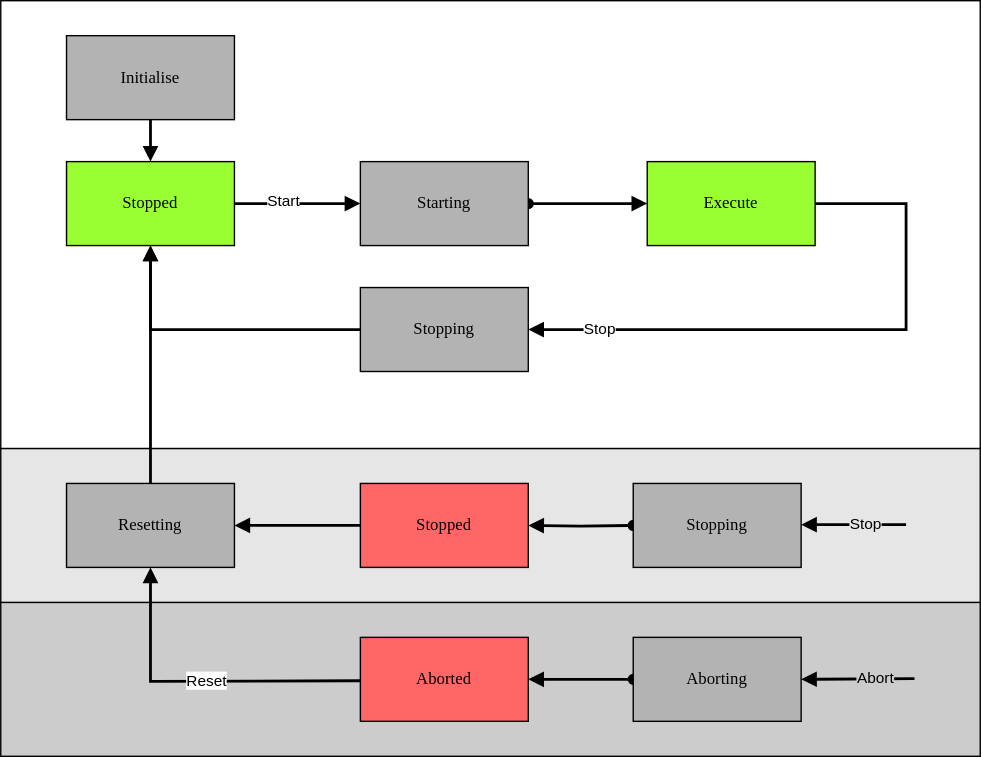
Above: docs/StateMachine.drawio.svg in PeterZerlauth/Tc3_Component (draw.io), before the change. Source tidied: cells renumbered, new cells last; positions are measured from the earlier drawing's top-left corner, leaving out a move shared by most shapes.
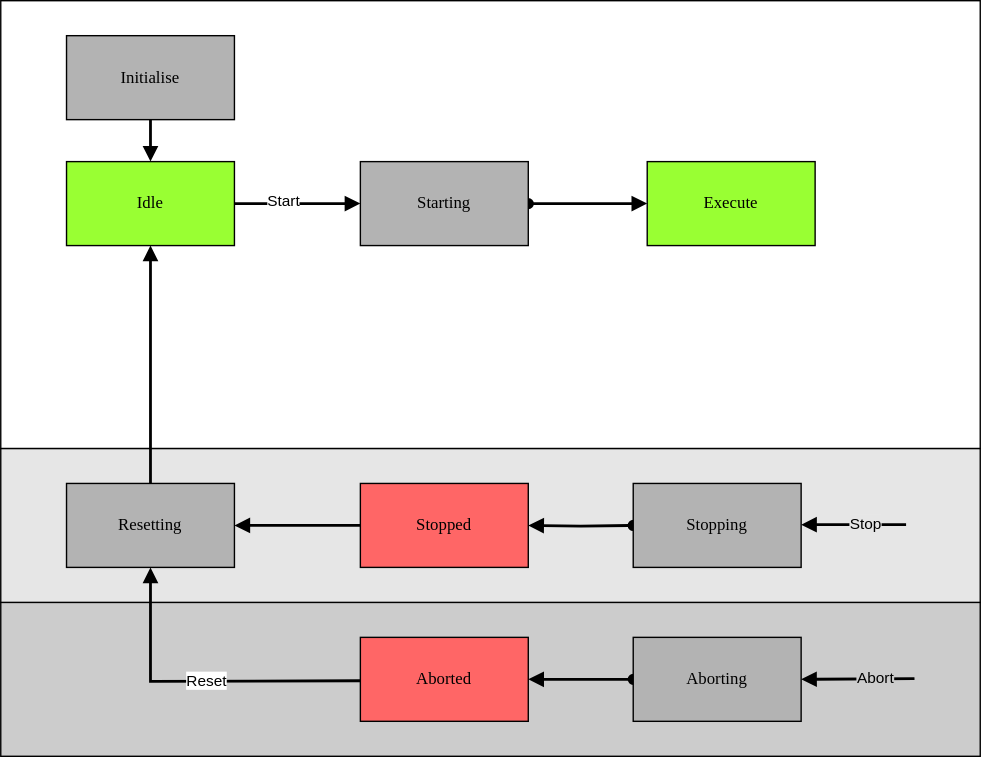
The same file after the commit.

The edit, as a diff of the source:
```diff
@@ -73,28 +73,12 @@
         <mxPoint y="1" as="offset" />
       </mxGeometry>
     </mxCell>
-    <mxCell id="22" value="Stopped" style="rounded=0;whiteSpace=wrap;html=1;arcSize=24;fillColor=#99FF33;strokeColor=#000000;shadow=0;comic=0;labelBackgroundColor=none;fontFamily=Verdana;fontSize=12;fontColor=#000000;align=center;" parent="6" vertex="1">
+    <mxCell id="22" value="Idle" style="rounded=0;whiteSpace=wrap;html=1;arcSize=24;fillColor=#99FF33;strokeColor=#000000;shadow=0;comic=0;labelBackgroundColor=none;fontFamily=Verdana;fontSize=12;fontColor=#000000;align=center;" parent="6" vertex="1">
       <mxGeometry y="90" width="120" height="60" as="geometry" />
     </mxCell>
-    <mxCell id="23" value="Stopping" style="rounded=0;whiteSpace=wrap;html=1;arcSize=24;fillColor=#B3B3B3;strokeColor=#000000;shadow=0;comic=0;labelBackgroundColor=none;fontFamily=Verdana;fontSize=12;fontColor=#000000;align=center;" parent="6" vertex="1">
-      <mxGeometry x="210" y="180" width="120" height="60" as="geometry" />
-    </mxCell>
     <mxCell id="24" style="edgeStyle=orthogonalEdgeStyle;rounded=0;jettySize=auto;html=1;strokeColor=default;align=center;verticalAlign=middle;fontFamily=Helvetica;fontSize=11;fontColor=default;labelBackgroundColor=default;endArrow=block;endFill=1;strokeWidth=2;entryX=0.5;entryY=1;entryDx=0;entryDy=0;" parent="6" edge="1" source="33" target="22">
       <mxGeometry relative="1" as="geometry" />
     </mxCell>
-    <mxCell id="25" style="edgeStyle=orthogonalEdgeStyle;rounded=0;jettySize=auto;html=1;strokeColor=default;align=center;verticalAlign=middle;fontFamily=Helvetica;fontSize=11;fontColor=default;labelBackgroundColor=default;endArrow=block;endFill=1;strokeWidth=2;entryX=1;entryY=0.5;entryDx=0;entryDy=0;exitX=1;exitY=0.5;exitDx=0;exitDy=0;" parent="6" edge="1" source="7" target="23">
-      <mxGeometry relative="1" as="geometry">
-        <Array as="points">
-          <mxPoint x="600" y="120" />
-          <mxPoint x="600" y="210" />
-        </Array>
-      </mxGeometry>
-    </mxCell>
-    <mxCell id="26" value="Stop" style="edgeLabel;html=1;align=center;verticalAlign=middle;fontFamily=Helvetica;fontSize=11;fontColor=default;labelBackgroundColor=#FFFFFF;" parent="25" vertex="1">
-      <mxGeometry x="-0.2" y="3" relative="1" as="geometry">
-        <mxPoint x="-205" y="-4" as="offset" />
-      </mxGeometry>
-    </mxCell>
     <mxCell id="27" style="edgeStyle=orthogonalEdgeStyle;rounded=0;jettySize=auto;html=1;strokeColor=default;align=center;verticalAlign=middle;fontFamily=Helvetica;fontSize=11;fontColor=default;labelBackgroundColor=default;endArrow=block;endFill=1;strokeWidth=2;entryX=0.5;entryY=1;entryDx=0;entryDy=0;" parent="6" edge="1" target="33">
       <mxGeometry relative="1" as="geometry">
         <mxPoint x="210" y="461" as="sourcePoint" />
@@ -127,8 +111,5 @@
     <mxCell id="33" value="Resetting" style="rounded=0;whiteSpace=wrap;html=1;arcSize=24;fillColor=#B3B3B3;strokeColor=#000000;shadow=0;comic=0;labelBackgroundColor=none;fontFamily=Verdana;fontSize=12;fontColor=#000000;align=center;" parent="6" vertex="1">
       <mxGeometry y="320" width="120" height="60" as="geometry" />
     </mxCell>
-    <mxCell id="34" style="edgeStyle=orthogonalEdgeStyle;rounded=0;jettySize=auto;html=1;strokeColor=default;align=center;verticalAlign=middle;fontFamily=Helvetica;fontSize=11;fontColor=default;labelBackgroundColor=default;endArrow=block;endFill=1;strokeWidth=2;exitX=0;exitY=0.5;exitDx=0;exitDy=0;entryX=0.5;entryY=1;entryDx=0;entryDy=0;" parent="6" edge="1" source="23" target="22">
-      <mxGeometry relative="1" as="geometry" />
-    </mxCell>
   </root>
 </mxGraphModel>
```
